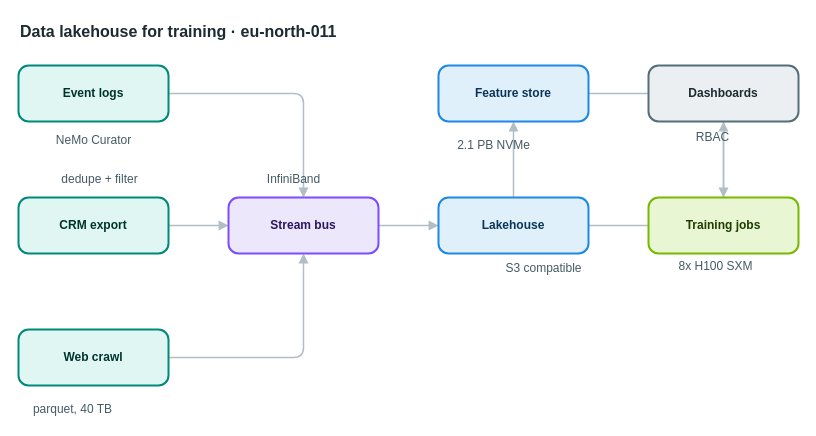
This is apps/web/public/samples/library/011-data-lakehouse-for-training.drawio from AryanG01/open-apprentice, a draw.io file, before an edit. Source tidied: cells renumbered, new cells numbered last; positions are measured from the earlier drawing's top-left corner, leaving out a move shared by most shapes. Both pictures are drawn from the tidied source at 100%, with x=0, y=0 at pixel (17, 17).
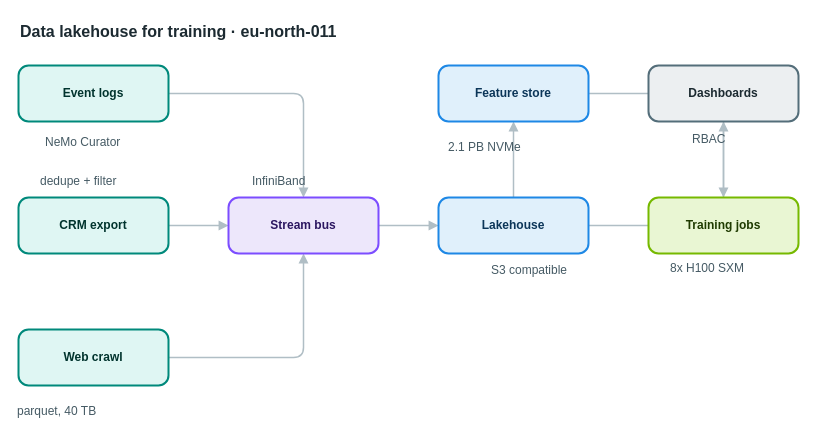
After the change.

Change to the diagram source:
```diff
@@
-    <mxCell id="18" value="NeMo Curator" style="text;html=1;align=center;verticalAlign=middle;whiteSpace=nowrap;strokeColor=none;fillColor=none;fontSize=12;fontColor=#455a64;" parent="1" vertex="1">
+    <mxCell id="18" value="NeMo Curator" style="text;html=1;align=left;verticalAlign=top;whiteSpace=nowrap;spacing=0;spacingTop=0;strokeColor=none;fillColor=none;fontSize=12;fontColor=#455a64;" parent="1" vertex="1">
       <mxGeometry x="28" y="113" width="96" height="20" as="geometry" />
     </mxCell>
-    <mxCell id="19" value="dedupe + filter" style="text;html=1;align=center;verticalAlign=middle;whiteSpace=nowrap;strokeColor=none;fillColor=none;fontSize=12;fontColor=#455a64;" parent="1" vertex="1">
+    <mxCell id="19" value="dedupe + filter" style="text;html=1;align=left;verticalAlign=top;whiteSpace=nowrap;spacing=0;spacingTop=0;strokeColor=none;fillColor=none;fontSize=12;fontColor=#455a64;" parent="1" vertex="1">
       <mxGeometry x="23" y="152" width="117" height="20" as="geometry" />
     </mxCell>
-    <mxCell id="20" value="parquet, 40 TB" style="text;html=1;align=center;verticalAlign=middle;whiteSpace=nowrap;strokeColor=none;fillColor=none;fontSize=12;fontColor=#455a64;" parent="1" vertex="1">
+    <mxCell id="20" value="parquet, 40 TB" style="text;html=1;align=left;verticalAlign=top;whiteSpace=nowrap;spacing=0;spacingTop=0;strokeColor=none;fillColor=none;fontSize=12;fontColor=#455a64;" parent="1" vertex="1">
       <mxGeometry y="382" width="110" height="20" as="geometry" />
     </mxCell>
-    <mxCell id="21" value="InfiniBand" style="text;html=1;align=center;verticalAlign=middle;whiteSpace=nowrap;strokeColor=none;fillColor=none;fontSize=12;fontColor=#455a64;" parent="1" vertex="1">
+    <mxCell id="21" value="InfiniBand" style="text;html=1;align=left;verticalAlign=top;whiteSpace=nowrap;spacing=0;spacingTop=0;strokeColor=none;fillColor=none;fontSize=12;fontColor=#455a64;" parent="1" vertex="1">
       <mxGeometry x="235" y="152" width="82" height="20" as="geometry" />
     </mxCell>
-    <mxCell id="22" value="S3 compatible" style="text;html=1;align=center;verticalAlign=middle;whiteSpace=nowrap;strokeColor=none;fillColor=none;fontSize=12;fontColor=#455a64;" parent="1" vertex="1">
+    <mxCell id="22" value="S3 compatible" style="text;html=1;align=left;verticalAlign=top;whiteSpace=nowrap;spacing=0;spacingTop=0;strokeColor=none;fillColor=none;fontSize=12;fontColor=#455a64;" parent="1" vertex="1">
       <mxGeometry x="474" y="241" width="103" height="20" as="geometry" />
     </mxCell>
-    <mxCell id="23" value="2.1 PB NVMe" style="text;html=1;align=center;verticalAlign=middle;whiteSpace=nowrap;strokeColor=none;fillColor=none;fontSize=12;fontColor=#455a64;" parent="1" vertex="1">
+    <mxCell id="23" value="2.1 PB NVMe" style="text;html=1;align=left;verticalAlign=top;whiteSpace=nowrap;spacing=0;spacingTop=0;strokeColor=none;fillColor=none;fontSize=12;fontColor=#455a64;" parent="1" vertex="1">
       <mxGeometry x="431" y="118" width="89" height="20" as="geometry" />
     </mxCell>
-    <mxCell id="24" value="8x H100 SXM" style="text;html=1;align=center;verticalAlign=middle;whiteSpace=nowrap;strokeColor=none;fillColor=none;fontSize=12;fontColor=#455a64;" parent="1" vertex="1">
+    <mxCell id="24" value="8x H100 SXM" style="text;html=1;align=left;verticalAlign=top;whiteSpace=nowrap;spacing=0;spacingTop=0;strokeColor=none;fillColor=none;fontSize=12;fontColor=#455a64;" parent="1" vertex="1">
       <mxGeometry x="653" y="239" width="89" height="20" as="geometry" />
     </mxCell>
-    <mxCell id="25" value="RBAC" style="text;html=1;align=center;verticalAlign=middle;whiteSpace=nowrap;strokeColor=none;fillColor=none;fontSize=12;fontColor=#455a64;" parent="1" vertex="1">
+    <mxCell id="25" value="RBAC" style="text;html=1;align=left;verticalAlign=top;whiteSpace=nowrap;spacing=0;spacingTop=0;strokeColor=none;fillColor=none;fontSize=12;fontColor=#455a64;" parent="1" vertex="1">
       <mxGeometry x="675" y="110" width="40" height="20" as="geometry" />
     </mxCell>
```
